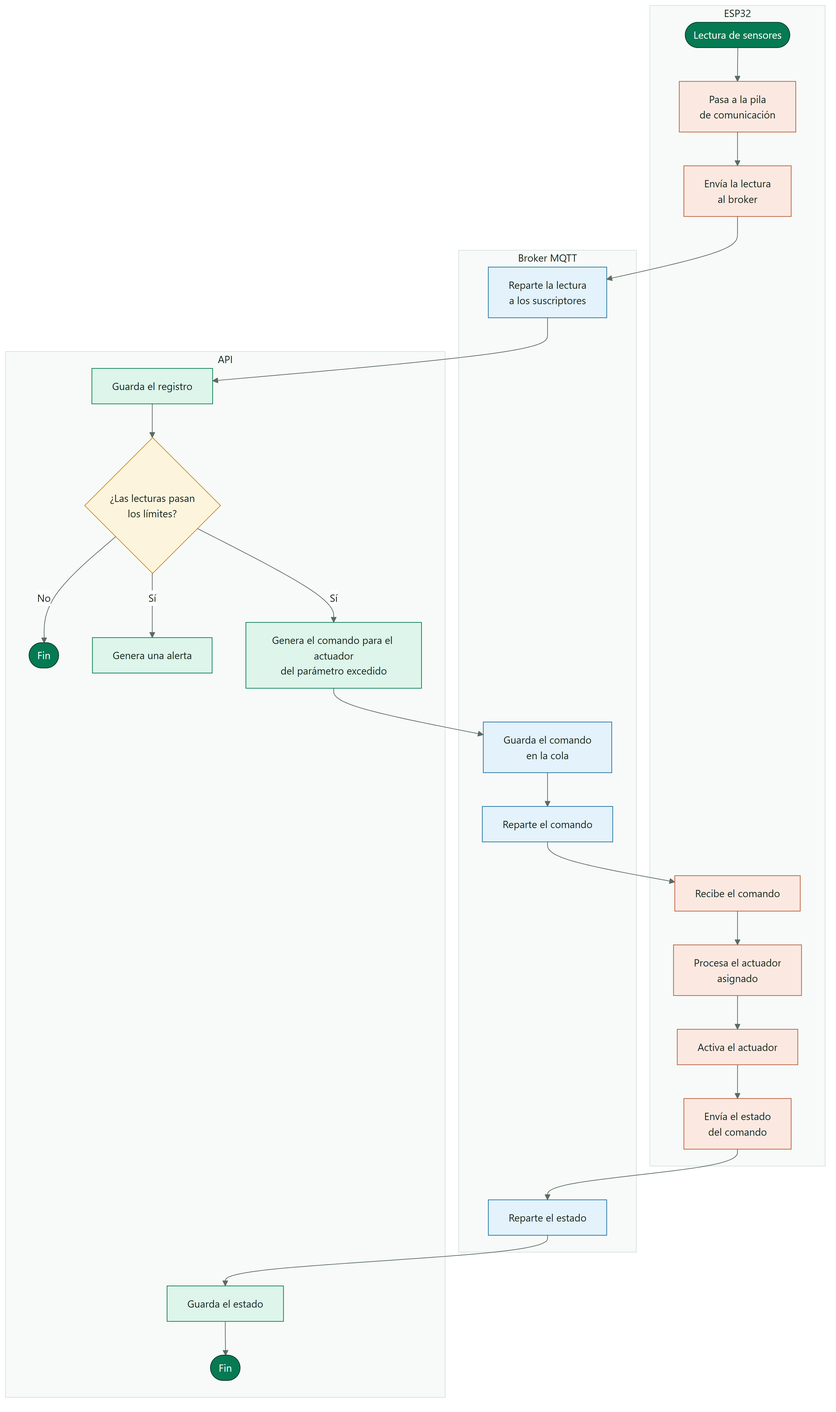
Before: docs/diagrams/SmartPot_44_Original_Control_Activity.png, a diagram exported from Mermaid (SmartPotTech/.github). Its source is kept beside it as docs/diagrams/SmartPot_44_Original_Control_Activity.mmd. The source it was exported from:
```mermaid
%%{init: {"theme": "base", "fontFamily": "Segoe UI, Arial, sans-serif", "themeVariables": {"fontFamily": "Segoe UI, Arial, sans-serif", "fontSize": "15px", "primaryColor": "#DDF5EA", "primaryTextColor": "#17261F", "primaryBorderColor": "#067A52", "secondaryColor": "#E3F2FB", "secondaryTextColor": "#17261F", "secondaryBorderColor": "#1F6FA0", "tertiaryColor": "#F2F7F4", "tertiaryTextColor": "#17261F", "tertiaryBorderColor": "#D5E3DC", "lineColor": "#5B6B63", "textColor": "#17261F", "mainBkg": "#DDF5EA", "nodeBorder": "#067A52", "clusterBkg": "#F7FAF8", "clusterBorder": "#D5E3DC", "edgeLabelBackground": "#FFFFFF", "actorBkg": "#067A52", "actorBorder": "#0B3D2B", "actorTextColor": "#FFFFFF", "actorLineColor": "#5B6B63", "signalColor": "#17261F", "signalTextColor": "#17261F", "labelBoxBkgColor": "#0B3D2B", "labelBoxBorderColor": "#0B3D2B", "labelTextColor": "#FFFFFF", "loopTextColor": "#0B3D2B", "noteBkgColor": "#FDF4DD", "noteBorderColor": "#C98D12", "noteTextColor": "#17261F", "activationBkgColor": "#DDF5EA", "activationBorderColor": "#067A52", "attributeBackgroundColorOdd": "#FFFFFF", "attributeBackgroundColorEven": "#F2F7F4"}}}%%
flowchart TB
  subgraph esp["ESP32"]
    direction LR
    lee(["Lectura de sensores"]) --> pila["Pasa a la pila<br/>de comunicación"] --> publica["Envía la lectura<br/>al broker"]
    recibe["Recibe el comando"] --> procesa["Procesa el actuador<br/>asignado"] --> activa["Activa el actuador"] --> estado["Envía el estado<br/>del comando"]
  end
  subgraph broker["Broker MQTT"]
    direction LR
    reparte["Reparte la lectura<br/>a los suscriptores"]
    cola["Guarda el comando<br/>en la cola"] --> entrega["Reparte el comando"]
    reparteEstado["Reparte el estado"]
  end
  subgraph api["API"]
    direction LR
    guarda["Guarda el registro"] --> limites{"¿Las lecturas pasan<br/>los límites?"}
    limites -->|"No"| fin1(["Fin"])
    limites -->|"Sí"| alerta["Genera una alerta"]
    limites -->|"Sí"| genera["Genera el comando para el actuador<br/>del parámetro excedido"]
    guardaEstado["Guarda el estado"] --> fin2(["Fin"])
  end
  publica --> reparte --> guarda
  genera --> cola
  entrega --> recibe
  estado --> reparteEstado --> guardaEstado
  classDef leaf fill:#DDF5EA,stroke:#067A52,color:#17261F
  classDef water fill:#E3F2FB,stroke:#1F6FA0,color:#17261F
  classDef sun fill:#FDF4DD,stroke:#C98D12,color:#17261F
  classDef clay fill:#FBE9E1,stroke:#B85A38,color:#17261F
  classDef core fill:#067A52,stroke:#0B3D2B,color:#FFFFFF
  classDef deep fill:#0B3D2B,stroke:#06281C,color:#FFFFFF
  classDef muted fill:#F2F7F4,stroke:#5B6B63,color:#17261F
  class lee,fin1,fin2 core
  class pila,publica,recibe,procesa,activa,estado clay
  class reparte,cola,entrega,reparteEstado water
  class guarda,alerta,genera,guardaEstado leaf
  class limites sun
```
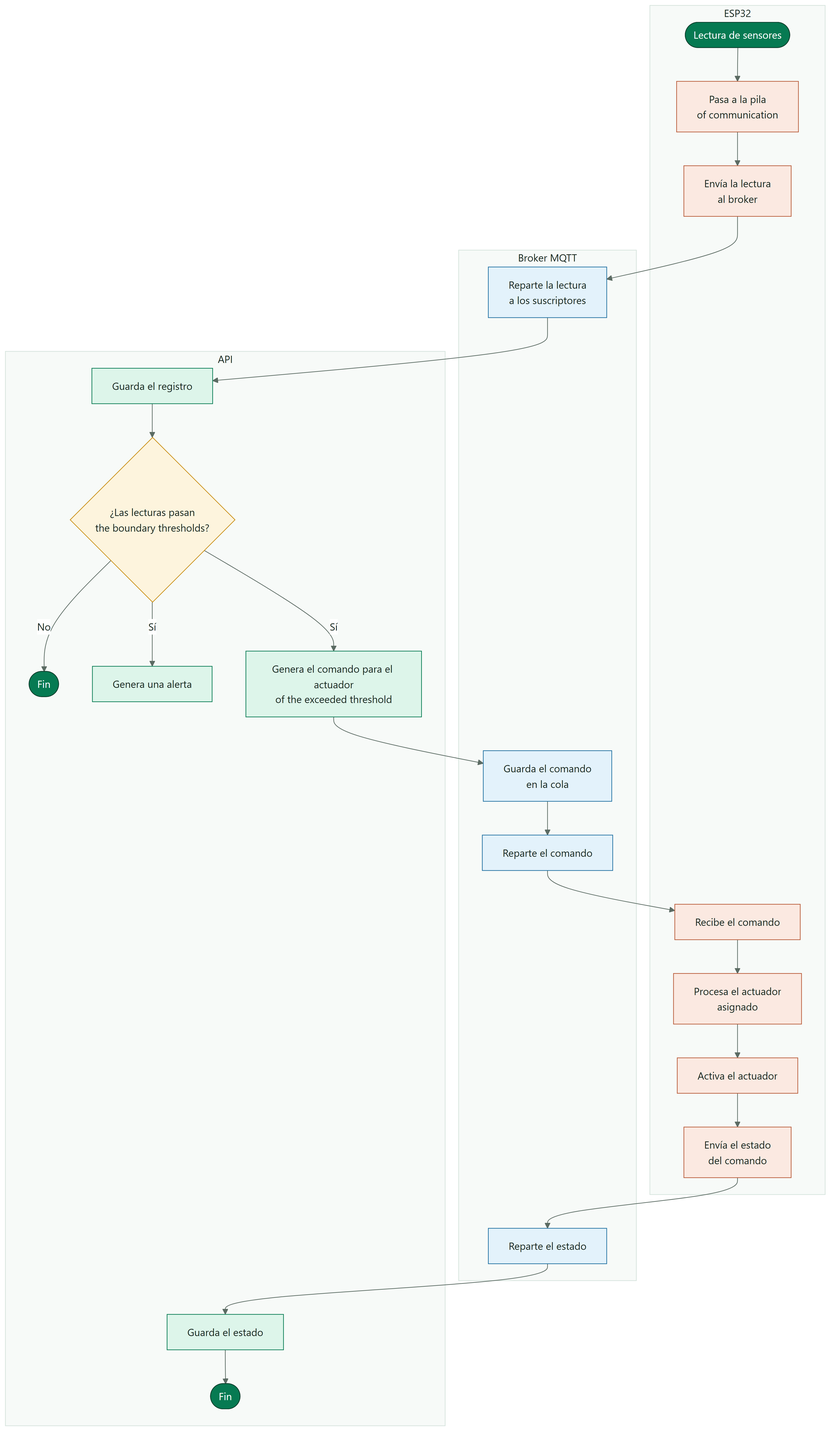
The same file after the commit.

The edit, as a diff of the source:
```diff
@@ -2,7 +2,7 @@
 flowchart TB
   subgraph esp["ESP32"]
     direction LR
-    lee(["Lectura de sensores"]) --> pila["Pasa a la pila<br/>de comunicación"] --> publica["Envía la lectura<br/>al broker"]
+    lee(["Lectura de sensores"]) --> pila["Pasa a la pila<br/>of communication"] --> publica["Envía la lectura<br/>al broker"]
     recibe["Recibe el comando"] --> procesa["Procesa el actuador<br/>asignado"] --> activa["Activa el actuador"] --> estado["Envía el estado<br/>del comando"]
   end
   subgraph broker["Broker MQTT"]
@@ -13,10 +13,10 @@
   end
   subgraph api["API"]
     direction LR
-    guarda["Guarda el registro"] --> limites{"¿Las lecturas pasan<br/>los límites?"}
+    guarda["Guarda el registro"] --> limites{"¿Las lecturas pasan<br/>the boundary thresholds?"}
     limites -->|"No"| fin1(["Fin"])
     limites -->|"Sí"| alerta["Genera una alerta"]
-    limites -->|"Sí"| genera["Genera el comando para el actuador<br/>del parámetro excedido"]
+    limites -->|"Sí"| genera["Genera el comando para el actuador<br/>of the exceeded threshold"]
     guardaEstado["Guarda el estado"] --> fin2(["Fin"])
   end
   publica --> reparte --> guarda
```
